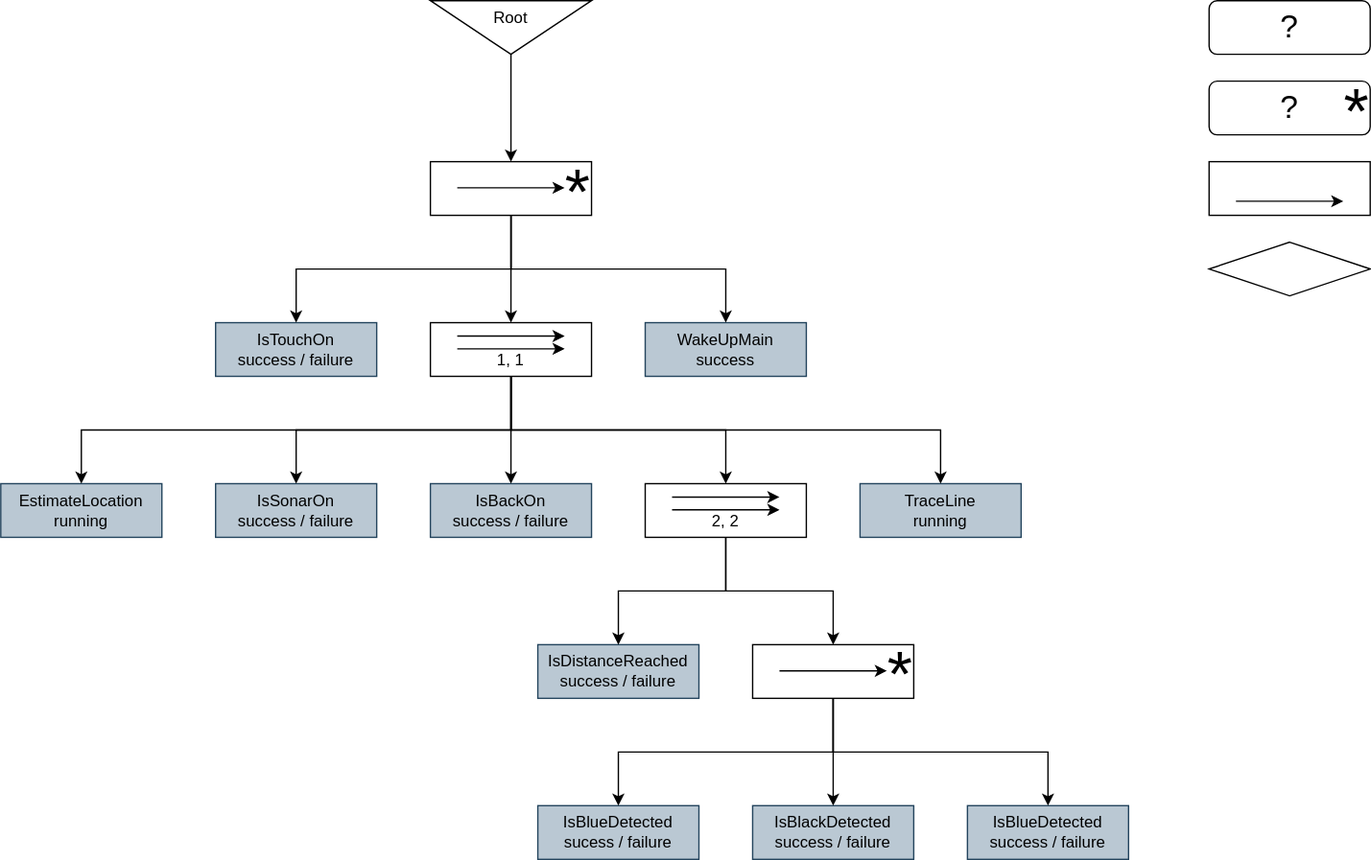
This is 2021base/behavior_tree.drawio.svg from ymnkmstk/roboyama, a draw.io export, as it was before one commit. Source tidied: cells renumbered, new cells last; positions are measured from the earlier drawing's top-left corner, leaving out a move shared by most shapes. The source it was exported from:
```xml
<mxGraphModel>
  <root>
    <mxCell id="0" />
    <mxCell id="1" parent="0" />
    <mxCell id="2" value="&lt;font style=&quot;font-size: 24px&quot;&gt;?&lt;/font&gt;" style="rounded=1;whiteSpace=wrap;html=1;" parent="1" vertex="1">
      <mxGeometry x="900" width="120" height="40" as="geometry" />
    </mxCell>
    <mxCell id="3" style="edgeStyle=orthogonalEdgeStyle;rounded=0;jettySize=auto;html=1;exitX=1;exitY=0.5;exitDx=0;exitDy=0;entryX=0.5;entryY=0;entryDx=0;entryDy=0;" parent="1" edge="1" source="4" target="15">
      <mxGeometry relative="1" as="geometry" />
    </mxCell>
    <mxCell id="4" value="Root&lt;br&gt;&lt;br&gt;" style="triangle;whiteSpace=wrap;html=1;direction=south;" parent="1" vertex="1">
      <mxGeometry x="320" width="120" height="40" as="geometry" />
    </mxCell>
    <mxCell id="5" style="group;" parent="1" vertex="1">
      <mxGeometry x="900" y="130" width="120" height="40" as="geometry" />
    </mxCell>
    <mxCell id="6" style="rounded=0;whiteSpace=wrap;html=1;" parent="5" vertex="1">
      <mxGeometry y="-10" width="120" height="40" as="geometry" />
    </mxCell>
    <mxCell id="7" style="endArrow=classic;html=1;" parent="5" edge="1">
      <mxGeometry relative="1" as="geometry">
        <mxPoint x="20" y="19.5" as="sourcePoint" />
        <mxPoint x="100" y="19.5" as="targetPoint" />
      </mxGeometry>
    </mxCell>
    <mxCell id="8" style="rhombus;whiteSpace=wrap;html=1;" parent="1" vertex="1">
      <mxGeometry x="900" y="180" width="120" height="40" as="geometry" />
    </mxCell>
    <mxCell id="9" value="IsTouchOn&lt;br&gt;success / failure" style="rounded=0;whiteSpace=wrap;html=1;fillColor=#bac8d3;strokeColor=#23445d;" parent="1" vertex="1">
      <mxGeometry x="160" y="240" width="120" height="40" as="geometry" />
    </mxCell>
    <mxCell id="10" style="group;" parent="1" vertex="1">
      <mxGeometry x="320" y="240" width="120" height="40" as="geometry" />
    </mxCell>
    <mxCell id="11" value="&lt;br&gt;1, 1" style="rounded=0;whiteSpace=wrap;html=1;" parent="10" vertex="1">
      <mxGeometry width="120" height="40" as="geometry" />
    </mxCell>
    <mxCell id="12" style="endArrow=classic;html=1;" parent="10" edge="1">
      <mxGeometry y="-3" as="geometry">
        <mxPoint x="20" y="10" as="sourcePoint" />
        <mxPoint x="100" y="10" as="targetPoint" />
      </mxGeometry>
    </mxCell>
    <mxCell id="13" style="endArrow=classic;html=1;" parent="10" edge="1">
      <mxGeometry y="-8.5" as="geometry">
        <mxPoint x="20" y="19.5" as="sourcePoint" />
        <mxPoint x="100" y="19.5" as="targetPoint" />
      </mxGeometry>
    </mxCell>
    <mxCell id="14" style="group;" parent="1" vertex="1">
      <mxGeometry x="320" y="120" width="120" height="40" as="geometry" />
    </mxCell>
    <mxCell id="15" style="rounded=0;whiteSpace=wrap;html=1;" parent="14" vertex="1">
      <mxGeometry width="120" height="40" as="geometry" />
    </mxCell>
    <mxCell id="16" style="endArrow=classic;html=1;" parent="14" edge="1">
      <mxGeometry as="geometry">
        <mxPoint x="20" y="19.5" as="sourcePoint" />
        <mxPoint x="100" y="19.5" as="targetPoint" />
      </mxGeometry>
    </mxCell>
    <mxCell id="17" value="&lt;font style=&quot;font-size: 48px&quot;&gt;*&lt;/font&gt;" style="text;html=1;strokeColor=none;fillColor=none;align=center;verticalAlign=middle;whiteSpace=wrap;rounded=0;" parent="14" vertex="1">
      <mxGeometry x="100" y="12" width="20" height="20" as="geometry" />
    </mxCell>
    <mxCell id="18" style="group;" parent="1" vertex="1">
      <mxGeometry x="900" y="60" width="120" height="40" as="geometry" />
    </mxCell>
    <mxCell id="19" value="&lt;font style=&quot;font-size: 24px&quot;&gt;?&lt;/font&gt;" style="rounded=1;whiteSpace=wrap;html=1;" parent="18" vertex="1">
      <mxGeometry width="120" height="40" as="geometry" />
    </mxCell>
    <mxCell id="20" value="&lt;font style=&quot;font-size: 48px&quot;&gt;*&lt;/font&gt;" style="text;html=1;strokeColor=none;fillColor=none;align=center;verticalAlign=middle;whiteSpace=wrap;rounded=0;" parent="18" vertex="1">
      <mxGeometry x="100" y="12" width="20" height="20" as="geometry" />
    </mxCell>
    <mxCell id="21" value="WakeUpMain&lt;br&gt;success" style="rounded=0;whiteSpace=wrap;html=1;fillColor=#bac8d3;strokeColor=#23445d;" parent="1" vertex="1">
      <mxGeometry x="480" y="240" width="120" height="40" as="geometry" />
    </mxCell>
    <mxCell id="22" style="group;" parent="1" vertex="1">
      <mxGeometry x="560" y="480" width="120" height="40" as="geometry" />
    </mxCell>
    <mxCell id="23" style="rounded=0;whiteSpace=wrap;html=1;" parent="22" vertex="1">
      <mxGeometry width="120" height="40" as="geometry" />
    </mxCell>
    <mxCell id="24" style="endArrow=classic;html=1;" parent="22" edge="1">
      <mxGeometry as="geometry">
        <mxPoint x="20" y="19.5" as="sourcePoint" />
        <mxPoint x="100" y="19.5" as="targetPoint" />
      </mxGeometry>
    </mxCell>
    <mxCell id="25" value="&lt;font style=&quot;font-size: 48px&quot;&gt;*&lt;/font&gt;" style="text;html=1;strokeColor=none;fillColor=none;align=center;verticalAlign=middle;whiteSpace=wrap;rounded=0;" parent="22" vertex="1">
      <mxGeometry x="100" y="12" width="20" height="20" as="geometry" />
    </mxCell>
    <mxCell id="26" value="EstimateLocation&lt;br&gt;running" style="rounded=0;whiteSpace=wrap;html=1;fillColor=#bac8d3;strokeColor=#23445d;" parent="1" vertex="1">
      <mxGeometry y="360" width="120" height="40" as="geometry" />
    </mxCell>
    <mxCell id="27" value="IsSonarOn&lt;br&gt;success / failure" style="rounded=0;whiteSpace=wrap;html=1;fillColor=#bac8d3;strokeColor=#23445d;" parent="1" vertex="1">
      <mxGeometry x="160" y="360" width="120" height="40" as="geometry" />
    </mxCell>
    <mxCell id="28" value="IsBackOn&lt;br&gt;success / failure" style="rounded=0;whiteSpace=wrap;html=1;fillColor=#bac8d3;strokeColor=#23445d;" parent="1" vertex="1">
      <mxGeometry x="320" y="360" width="120" height="40" as="geometry" />
    </mxCell>
    <mxCell id="29" style="group;" parent="1" vertex="1">
      <mxGeometry x="480" y="360" width="120" height="40" as="geometry" />
    </mxCell>
    <mxCell id="30" value="&lt;br&gt;2, 2" style="rounded=0;whiteSpace=wrap;html=1;" parent="29" vertex="1">
      <mxGeometry width="120" height="40" as="geometry" />
    </mxCell>
    <mxCell id="31" style="endArrow=classic;html=1;" parent="29" edge="1">
      <mxGeometry y="-3" as="geometry">
        <mxPoint x="20" y="10" as="sourcePoint" />
        <mxPoint x="100" y="10" as="targetPoint" />
      </mxGeometry>
    </mxCell>
    <mxCell id="32" style="endArrow=classic;html=1;" parent="29" edge="1">
      <mxGeometry y="-8.5" as="geometry">
        <mxPoint x="20" y="19.5" as="sourcePoint" />
        <mxPoint x="100" y="19.5" as="targetPoint" />
      </mxGeometry>
    </mxCell>
    <mxCell id="33" value="TraceLine&lt;br&gt;running" style="rounded=0;whiteSpace=wrap;html=1;fillColor=#bac8d3;strokeColor=#23445d;" parent="1" vertex="1">
      <mxGeometry x="640" y="360" width="120" height="40" as="geometry" />
    </mxCell>
    <mxCell id="34" value="IsDistanceReached&lt;br&gt;success / failure" style="rounded=0;whiteSpace=wrap;html=1;fillColor=#bac8d3;strokeColor=#23445d;" parent="1" vertex="1">
      <mxGeometry x="400" y="480" width="120" height="40" as="geometry" />
    </mxCell>
    <mxCell id="35" value="IsBlackDetected&lt;br&gt;success / failure" style="rounded=0;whiteSpace=wrap;html=1;fillColor=#bac8d3;strokeColor=#23445d;" parent="1" vertex="1">
      <mxGeometry x="560" y="600" width="120" height="40" as="geometry" />
    </mxCell>
    <mxCell id="36" value="IsBlueDetected&lt;br&gt;sucess / failure" style="rounded=0;whiteSpace=wrap;html=1;fillColor=#bac8d3;strokeColor=#23445d;" parent="1" vertex="1">
      <mxGeometry x="400" y="600" width="120" height="40" as="geometry" />
    </mxCell>
    <mxCell id="37" value="IsBlueDetected&lt;br&gt;success / failure" style="rounded=0;whiteSpace=wrap;html=1;fillColor=#bac8d3;strokeColor=#23445d;" parent="1" vertex="1">
      <mxGeometry x="720" y="600" width="120" height="40" as="geometry" />
    </mxCell>
    <mxCell id="38" style="edgeStyle=orthogonalEdgeStyle;rounded=0;jettySize=auto;html=1;exitX=0.5;exitY=1;exitDx=0;exitDy=0;" parent="1" edge="1" source="15" target="9">
      <mxGeometry relative="1" as="geometry">
        <Array as="points">
          <mxPoint x="380" y="200" />
          <mxPoint x="220" y="200" />
        </Array>
      </mxGeometry>
    </mxCell>
    <mxCell id="39" style="edgeStyle=orthogonalEdgeStyle;rounded=0;jettySize=auto;html=1;exitX=0.5;exitY=1;exitDx=0;exitDy=0;" parent="1" edge="1" source="15" target="21">
      <mxGeometry relative="1" as="geometry" />
    </mxCell>
    <mxCell id="40" style="edgeStyle=orthogonalEdgeStyle;rounded=0;jettySize=auto;html=1;exitX=0.5;exitY=1;exitDx=0;exitDy=0;entryX=0.5;entryY=0;entryDx=0;entryDy=0;" parent="1" edge="1" source="15" target="11">
      <mxGeometry relative="1" as="geometry" />
    </mxCell>
    <mxCell id="41" style="edgeStyle=orthogonalEdgeStyle;rounded=0;jettySize=auto;html=1;entryX=0.5;entryY=0;entryDx=0;entryDy=0;exitX=0.5;exitY=1;exitDx=0;exitDy=0;" parent="1" edge="1" source="11" target="26">
      <mxGeometry relative="1" as="geometry" />
    </mxCell>
    <mxCell id="42" style="edgeStyle=orthogonalEdgeStyle;rounded=0;jettySize=auto;html=1;exitX=0.5;exitY=1;exitDx=0;exitDy=0;" parent="1" edge="1" source="11" target="27">
      <mxGeometry relative="1" as="geometry" />
    </mxCell>
    <mxCell id="43" style="edgeStyle=orthogonalEdgeStyle;rounded=0;jettySize=auto;html=1;entryX=0.5;entryY=0;entryDx=0;entryDy=0;exitX=0.5;exitY=1;exitDx=0;exitDy=0;" parent="1" edge="1" source="11" target="33">
      <mxGeometry relative="1" as="geometry" />
    </mxCell>
    <mxCell id="44" style="edgeStyle=orthogonalEdgeStyle;rounded=0;jettySize=auto;html=1;entryX=0.5;entryY=0;entryDx=0;entryDy=0;exitX=0.5;exitY=1;exitDx=0;exitDy=0;" parent="1" edge="1" source="11" target="30">
      <mxGeometry relative="1" as="geometry" />
    </mxCell>
    <mxCell id="45" style="edgeStyle=orthogonalEdgeStyle;rounded=0;jettySize=auto;html=1;exitX=0.5;exitY=1;exitDx=0;exitDy=0;entryX=0.5;entryY=0;entryDx=0;entryDy=0;" parent="1" edge="1" source="11" target="28">
      <mxGeometry relative="1" as="geometry" />
    </mxCell>
    <mxCell id="46" style="edgeStyle=orthogonalEdgeStyle;rounded=0;jettySize=auto;html=1;entryX=0.5;entryY=0;entryDx=0;entryDy=0;exitX=0.5;exitY=1;exitDx=0;exitDy=0;" parent="1" edge="1" source="30" target="34">
      <mxGeometry relative="1" as="geometry" />
    </mxCell>
    <mxCell id="47" style="edgeStyle=orthogonalEdgeStyle;rounded=0;jettySize=auto;html=1;exitX=0.5;exitY=1;exitDx=0;exitDy=0;entryX=0.5;entryY=0;entryDx=0;entryDy=0;" parent="1" edge="1" source="30" target="23">
      <mxGeometry relative="1" as="geometry" />
    </mxCell>
    <mxCell id="48" style="edgeStyle=orthogonalEdgeStyle;rounded=0;jettySize=auto;html=1;entryX=0.5;entryY=0;entryDx=0;entryDy=0;exitX=0.5;exitY=1;exitDx=0;exitDy=0;" parent="1" edge="1" source="23" target="36">
      <mxGeometry relative="1" as="geometry" />
    </mxCell>
    <mxCell id="49" style="edgeStyle=orthogonalEdgeStyle;rounded=0;jettySize=auto;html=1;entryX=0.5;entryY=0;entryDx=0;entryDy=0;exitX=0.5;exitY=1;exitDx=0;exitDy=0;" parent="1" edge="1" source="23" target="37">
      <mxGeometry relative="1" as="geometry" />
    </mxCell>
    <mxCell id="50" style="edgeStyle=orthogonalEdgeStyle;rounded=0;jettySize=auto;html=1;exitX=0.5;exitY=1;exitDx=0;exitDy=0;entryX=0.5;entryY=0;entryDx=0;entryDy=0;" parent="1" edge="1" source="23" target="35">
      <mxGeometry relative="1" as="geometry" />
    </mxCell>
  </root>
</mxGraphModel>
```
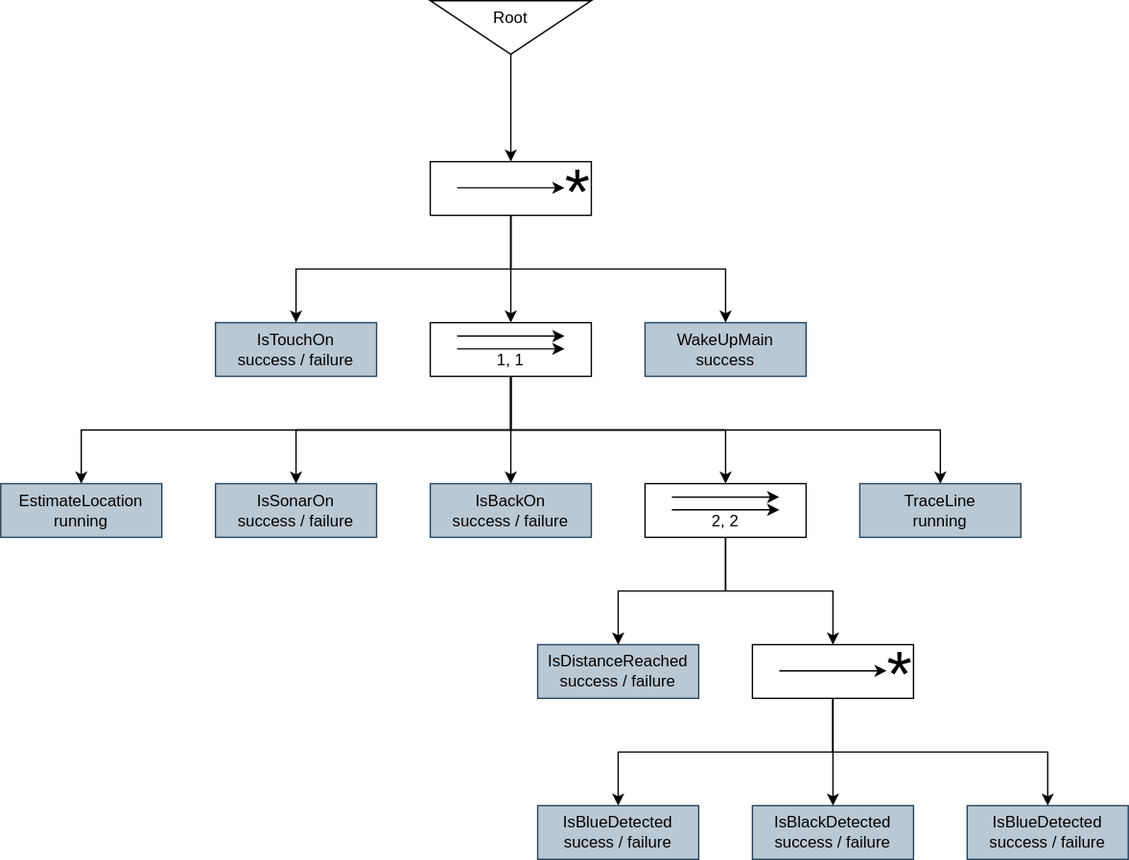
After the change.

Commit message:
behavior tree drawing updated

Change to the diagram source:
```diff
@@ -2,30 +2,12 @@
   <root>
     <mxCell id="0" />
     <mxCell id="1" parent="0" />
-    <mxCell id="2" value="&lt;font style=&quot;font-size: 24px&quot;&gt;?&lt;/font&gt;" style="rounded=1;whiteSpace=wrap;html=1;" parent="1" vertex="1">
-      <mxGeometry x="900" width="120" height="40" as="geometry" />
-    </mxCell>
     <mxCell id="3" style="edgeStyle=orthogonalEdgeStyle;rounded=0;jettySize=auto;html=1;exitX=1;exitY=0.5;exitDx=0;exitDy=0;entryX=0.5;entryY=0;entryDx=0;entryDy=0;" parent="1" edge="1" source="4" target="15">
       <mxGeometry relative="1" as="geometry" />
     </mxCell>
     <mxCell id="4" value="Root&lt;br&gt;&lt;br&gt;" style="triangle;whiteSpace=wrap;html=1;direction=south;" parent="1" vertex="1">
       <mxGeometry x="320" width="120" height="40" as="geometry" />
     </mxCell>
-    <mxCell id="5" style="group;" parent="1" vertex="1">
-      <mxGeometry x="900" y="130" width="120" height="40" as="geometry" />
-    </mxCell>
-    <mxCell id="6" style="rounded=0;whiteSpace=wrap;html=1;" parent="5" vertex="1">
-      <mxGeometry y="-10" width="120" height="40" as="geometry" />
-    </mxCell>
-    <mxCell id="7" style="endArrow=classic;html=1;" parent="5" edge="1">
-      <mxGeometry relative="1" as="geometry">
-        <mxPoint x="20" y="19.5" as="sourcePoint" />
-        <mxPoint x="100" y="19.5" as="targetPoint" />
-      </mxGeometry>
-    </mxCell>
-    <mxCell id="8" style="rhombus;whiteSpace=wrap;html=1;" parent="1" vertex="1">
-      <mxGeometry x="900" y="180" width="120" height="40" as="geometry" />
-    </mxCell>
     <mxCell id="9" value="IsTouchOn&lt;br&gt;success / failure" style="rounded=0;whiteSpace=wrap;html=1;fillColor=#bac8d3;strokeColor=#23445d;" parent="1" vertex="1">
       <mxGeometry x="160" y="240" width="120" height="40" as="geometry" />
     </mxCell>
@@ -62,15 +44,6 @@
     <mxCell id="17" value="&lt;font style=&quot;font-size: 48px&quot;&gt;*&lt;/font&gt;" style="text;html=1;strokeColor=none;fillColor=none;align=center;verticalAlign=middle;whiteSpace=wrap;rounded=0;" parent="14" vertex="1">
       <mxGeometry x="100" y="12" width="20" height="20" as="geometry" />
     </mxCell>
-    <mxCell id="18" style="group;" parent="1" vertex="1">
-      <mxGeometry x="900" y="60" width="120" height="40" as="geometry" />
-    </mxCell>
-    <mxCell id="19" value="&lt;font style=&quot;font-size: 24px&quot;&gt;?&lt;/font&gt;" style="rounded=1;whiteSpace=wrap;html=1;" parent="18" vertex="1">
-      <mxGeometry width="120" height="40" as="geometry" />
-    </mxCell>
-    <mxCell id="20" value="&lt;font style=&quot;font-size: 48px&quot;&gt;*&lt;/font&gt;" style="text;html=1;strokeColor=none;fillColor=none;align=center;verticalAlign=middle;whiteSpace=wrap;rounded=0;" parent="18" vertex="1">
-      <mxGeometry x="100" y="12" width="20" height="20" as="geometry" />
-    </mxCell>
     <mxCell id="21" value="WakeUpMain&lt;br&gt;success" style="rounded=0;whiteSpace=wrap;html=1;fillColor=#bac8d3;strokeColor=#23445d;" parent="1" vertex="1">
       <mxGeometry x="480" y="240" width="120" height="40" as="geometry" />
     </mxCell>
```
